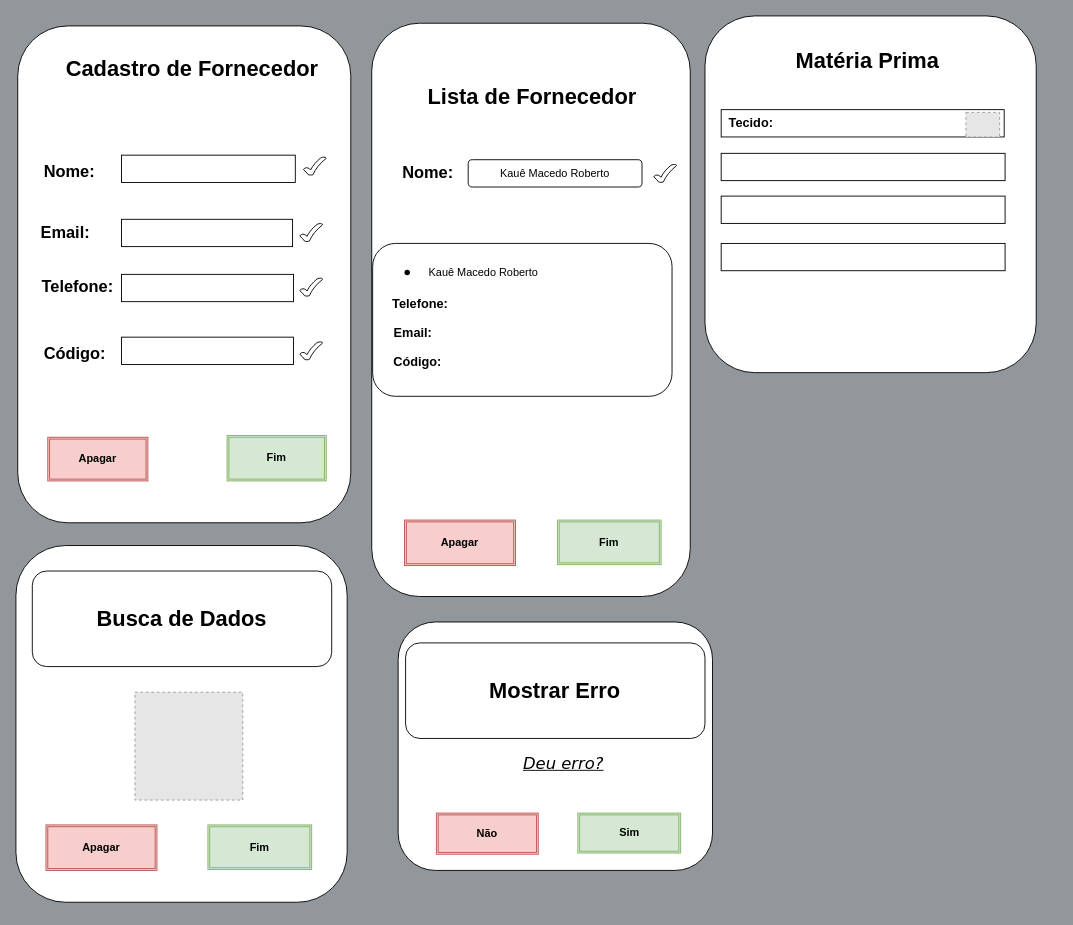
jeangustavoo/diagrama keeps this draw.io diagram as page "Página-9" (9 of 12) of DOC/FLUXOGRAMA.DRAWIO. Above is the earlier version. Source tidied: cells renumbered, new cells numbered last; positions are measured from the earlier drawing's top-left corner, leaving out a move shared by most shapes. Both pictures are drawn from the tidied source at 91%, with x=0, y=0 at pixel (15, 15). Pictures stored in the file or linked from it are replaced by grey dashed boxes.
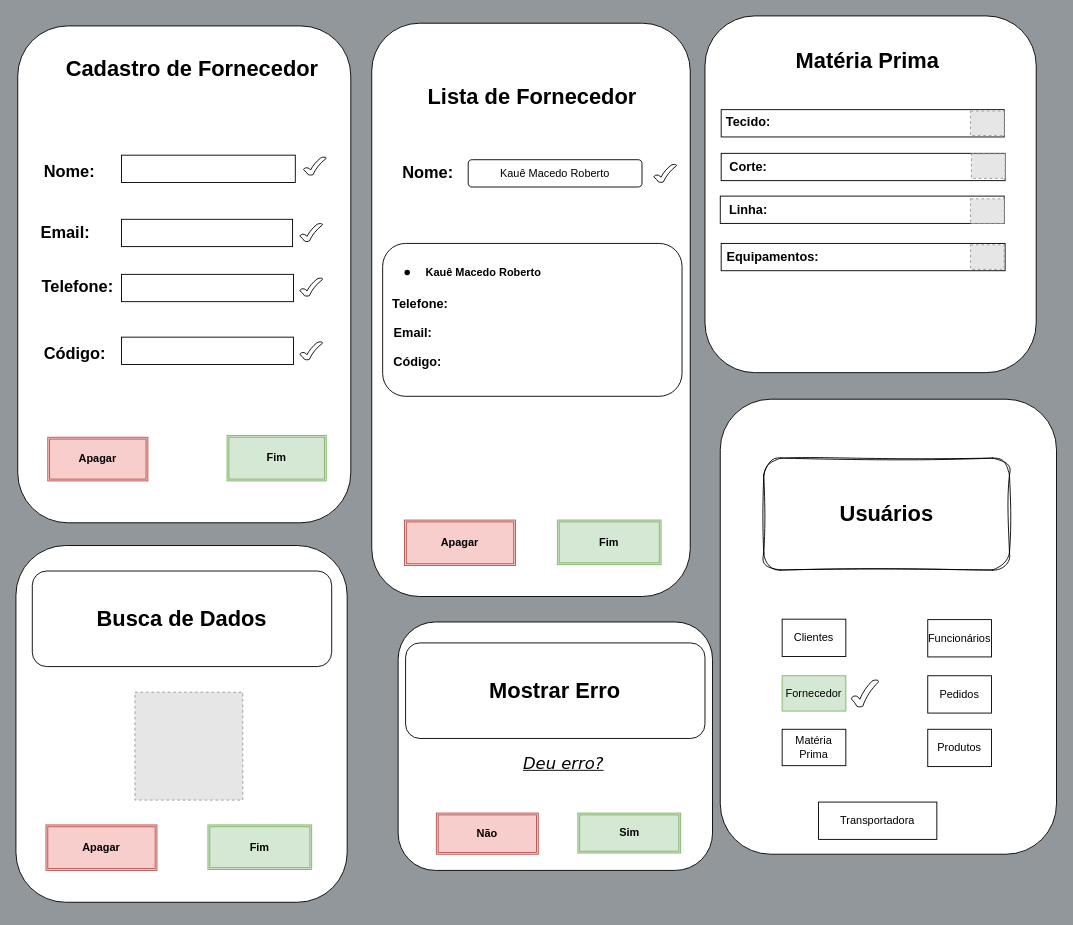
The same page after the edit.

What changed in the source:
```diff
@@
     <mxCell id="22" style="rounded=1;whiteSpace=wrap;html=1;hachureGap=4;fontFamily=Architects Daughter;glass=0;shadow=0;" parent="1" vertex="1">
-      <mxGeometry x="392" y="250" width="329" height="168" as="geometry" />
+      <mxGeometry x="403" y="250" width="329" height="168" as="geometry" />
     </mxCell>
@@
-    <mxCell id="27" value="&lt;span style=&quot;font-family: Helvetica;&quot;&gt;Kauê Macedo Roberto&lt;/span&gt;" style="text;html=1;align=center;verticalAlign=middle;whiteSpace=wrap;rounded=0;fontFamily=Architects Daughter;" parent="1" vertex="1">
+    <mxCell id="27" value="&lt;span style=&quot;font-family: Helvetica;&quot;&gt;&lt;b&gt;Kauê Macedo Roberto&lt;/b&gt;&lt;/span&gt;" style="text;html=1;align=center;verticalAlign=middle;whiteSpace=wrap;rounded=0;fontFamily=Architects Daughter;" parent="1" vertex="1">
       <mxGeometry x="440" y="267" width="148" height="30" as="geometry" />
     </mxCell>
@@
     <mxCell id="47" style="rounded=0;whiteSpace=wrap;html=1;" parent="1" vertex="1">
-      <mxGeometry x="775" y="198" width="312" height="30" as="geometry" />
+      <mxGeometry x="774" y="198" width="312" height="30" as="geometry" />
     </mxCell>
@@
-    <mxCell id="49" value="&lt;b&gt;&lt;font style=&quot;font-size: 14px;&quot;&gt;Tecido:&lt;/font&gt;&lt;/b&gt;" style="text;html=1;align=center;verticalAlign=middle;whiteSpace=wrap;rounded=0;fontFamily=Helvetica;" parent="1" vertex="1">
-      <mxGeometry x="778" y="103" width="60" height="30" as="geometry" />
+    <mxCell id="49" value="&lt;b&gt;&lt;font style=&quot;font-size: 14px;&quot;&gt;Tecido&lt;/font&gt;&lt;/b&gt;&lt;b&gt;&lt;font style=&quot;font-size: 14px;&quot;&gt;:&lt;/font&gt;&lt;/b&gt;" style="text;html=1;align=center;verticalAlign=middle;whiteSpace=wrap;rounded=0;fontFamily=Helvetica;" parent="1" vertex="1">
+      <mxGeometry x="775" y="101.5" width="60" height="30" as="geometry" />
     </mxCell>
     <mxCell id="50" style="fillColor=#E6E6E6;strokeColor=#999999;dashed=1;html=1;verticalLabelPosition=bottom;verticalAlign=top;fontFamily=Architects Daughter;" parent="1" vertex="1">
-      <mxGeometry x="1044" y="106" width="37" height="27" as="geometry" />
+      <mxGeometry x="1049" y="104.5" width="37" height="27" as="geometry" />
     </mxCell>
+    <mxCell id="51" value="&lt;b&gt;&lt;font style=&quot;font-size: 14px;&quot;&gt;Corte:&lt;/font&gt;&lt;/b&gt;" style="text;html=1;align=center;verticalAlign=middle;whiteSpace=wrap;rounded=0;" parent="1" vertex="1">
+      <mxGeometry x="775" y="151" width="60" height="30" as="geometry" />
+    </mxCell>
+    <mxCell id="52" style="fillColor=#E6E6E6;strokeColor=#999999;dashed=1;html=1;verticalLabelPosition=bottom;verticalAlign=top;fontFamily=Architects Daughter;" parent="1" vertex="1">
+      <mxGeometry x="1050" y="151.5" width="37" height="27" as="geometry" />
+    </mxCell>
+    <mxCell id="53" value="&lt;b&gt;&lt;font style=&quot;font-size: 14px;&quot;&gt;Linha:&lt;/font&gt;&lt;/b&gt;" style="text;html=1;align=center;verticalAlign=middle;whiteSpace=wrap;rounded=0;" parent="1" vertex="1">
+      <mxGeometry x="775" y="198" width="60" height="30" as="geometry" />
+    </mxCell>
+    <mxCell id="54" style="fillColor=#E6E6E6;strokeColor=#999999;dashed=1;html=1;verticalLabelPosition=bottom;verticalAlign=top;fontFamily=Architects Daughter;" parent="1" vertex="1">
+      <mxGeometry x="1049" y="201" width="37" height="27" as="geometry" />
+    </mxCell>
+    <mxCell id="55" style="text;html=1;align=center;verticalAlign=middle;whiteSpace=wrap;rounded=0;" parent="1" vertex="1">
+      <mxGeometry x="775" y="250" width="60" height="30" as="geometry" />
+    </mxCell>
+    <mxCell id="56" value="&lt;b&gt;&lt;font style=&quot;font-size: 14px;&quot;&gt;Equipamentos:&lt;/font&gt;&lt;/b&gt;" style="text;html=1;align=center;verticalAlign=middle;whiteSpace=wrap;rounded=0;" parent="1" vertex="1">
+      <mxGeometry x="802" y="250" width="60" height="30" as="geometry" />
+    </mxCell>
+    <mxCell id="57" style="fillColor=#E6E6E6;strokeColor=#999999;dashed=1;html=1;verticalLabelPosition=bottom;verticalAlign=top;fontFamily=Architects Daughter;" parent="1" vertex="1">
+      <mxGeometry x="1049" y="251.5" width="37" height="27" as="geometry" />
+    </mxCell>
+    <mxCell id="58" style="rounded=1;whiteSpace=wrap;html=1;" parent="1" vertex="1">
+      <mxGeometry x="774" y="421.2" width="369.5" height="500" as="geometry" />
+    </mxCell>
+    <mxCell id="59" style="text;html=1;align=center;verticalAlign=middle;whiteSpace=wrap;rounded=0;" parent="1" vertex="1">
+      <mxGeometry x="781" y="675.9" width="60" height="30" as="geometry" />
+    </mxCell>
+    <mxCell id="60" value="&lt;b&gt;&lt;font style=&quot;font-size: 24px;&quot;&gt;Usuários&lt;/font&gt;&lt;/b&gt;" style="rounded=1;whiteSpace=wrap;html=1;sketch=1;curveFitting=1;jiggle=2;" parent="1" vertex="1">
+      <mxGeometry x="821.8" y="485.9" width="270" height="123" as="geometry" />
+    </mxCell>
+    <mxCell id="61" value="Clientes" style="rounded=0;whiteSpace=wrap;html=1;" parent="1" vertex="1">
+      <mxGeometry x="842" y="662.9" width="70" height="41" as="geometry" />
+    </mxCell>
+    <mxCell id="62" value="Fornecedor" style="rounded=0;whiteSpace=wrap;html=1;fillColor=#d5e8d4;strokeColor=#82b366;" parent="1" vertex="1">
+      <mxGeometry x="842" y="725.1" width="70" height="38.8" as="geometry" />
+    </mxCell>
+    <mxCell id="63" value="Matéria Prima" style="rounded=0;whiteSpace=wrap;html=1;" parent="1" vertex="1">
+      <mxGeometry x="842" y="783.9" width="70" height="40" as="geometry" />
+    </mxCell>
+    <mxCell id="64" value="Funcionários" style="rounded=0;whiteSpace=wrap;html=1;" parent="1" vertex="1">
+      <mxGeometry x="1002" y="663.4" width="70" height="41" as="geometry" />
+    </mxCell>
+    <mxCell id="65" value="Pedidos" style="rounded=0;whiteSpace=wrap;html=1;" parent="1" vertex="1">
+      <mxGeometry x="1002" y="725.1" width="70" height="41" as="geometry" />
+    </mxCell>
+    <mxCell id="66" value="Produtos" style="rounded=0;whiteSpace=wrap;html=1;" parent="1" vertex="1">
+      <mxGeometry x="1002" y="783.9" width="70" height="41" as="geometry" />
+    </mxCell>
+    <mxCell id="67" value="Transportadora" style="rounded=0;whiteSpace=wrap;html=1;" parent="1" vertex="1">
+      <mxGeometry x="882" y="863.9" width="130" height="41" as="geometry" />
+    </mxCell>
+    <mxCell id="68" style="verticalLabelPosition=bottom;verticalAlign=top;html=1;shape=mxgraph.basic.tick;" parent="1" vertex="1">
+      <mxGeometry x="918" y="729.5" width="30" height="30" as="geometry" />
+    </mxCell>
```
